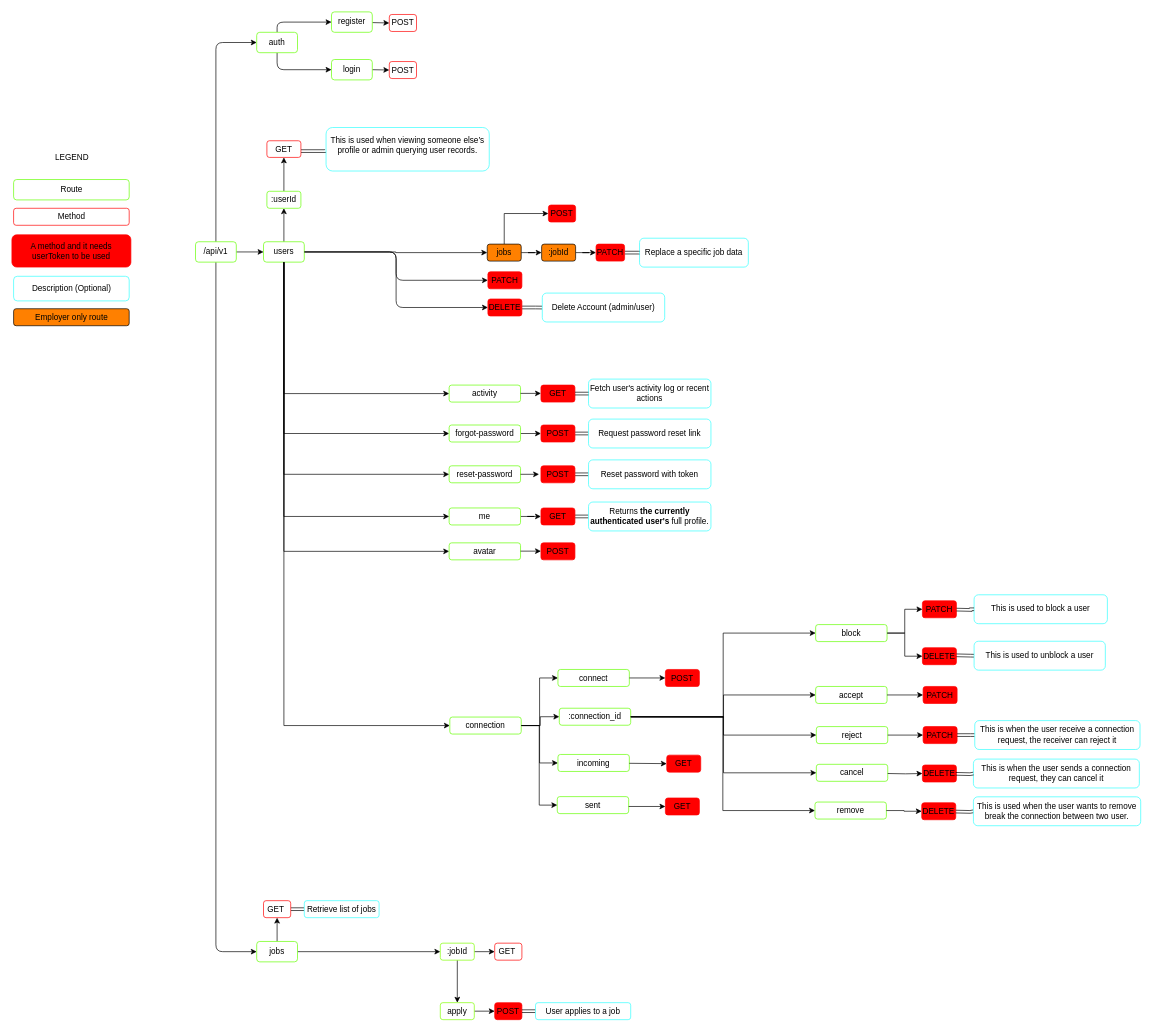
This is diagrams/rest_api.drawio from kenshiin1123/dev-match, a draw.io file, before an edit. Source tidied: cells renumbered, new cells numbered last; positions are measured from the earlier drawing's top-left corner, leaving out a move shared by most shapes. Both pictures are drawn from the tidied source at 68%, with x=0, y=0 at pixel (12, 12).
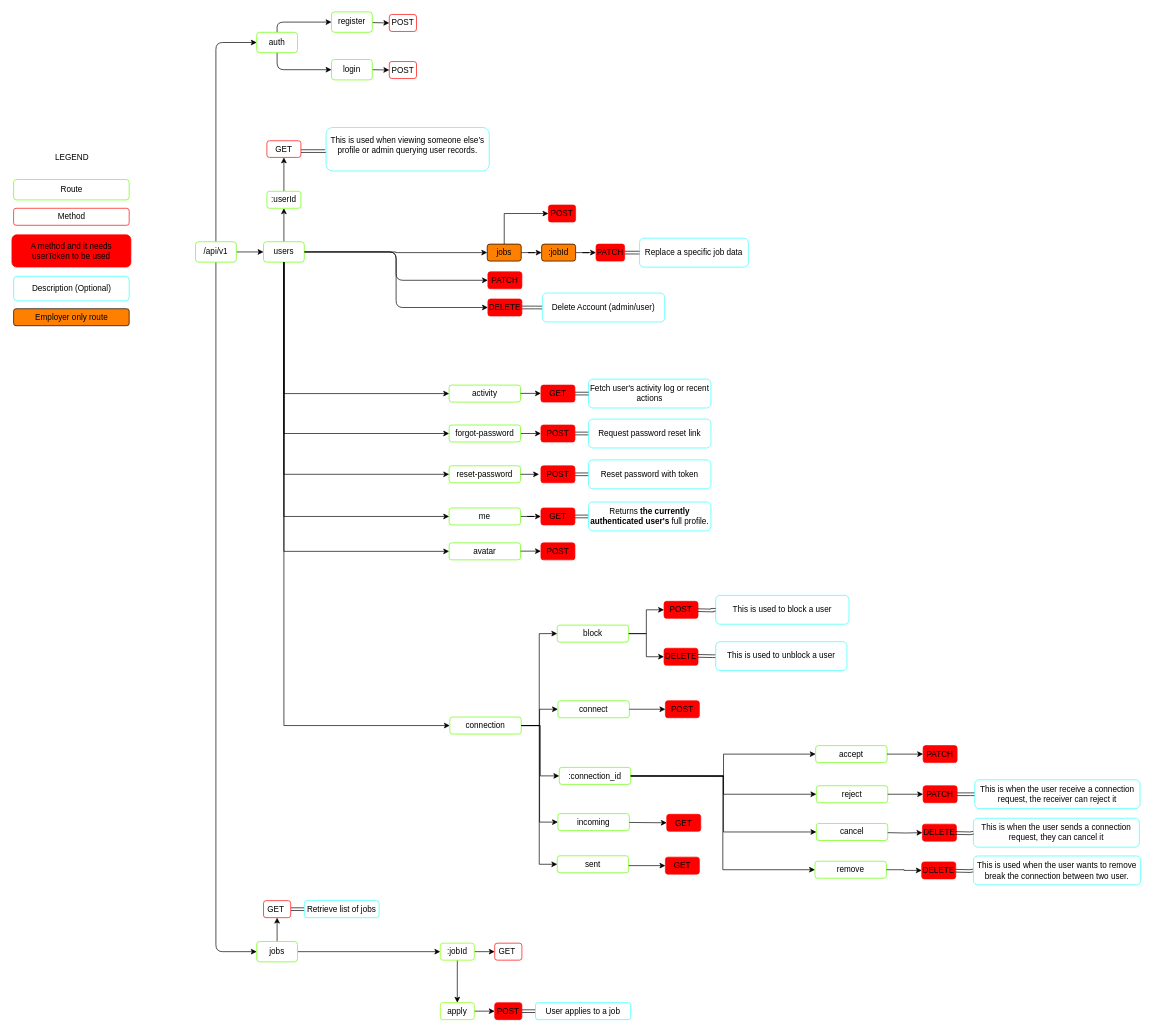
Above is the later version.

Commit message (it also covers changes not shown here):
For user connection modification: RestAPI Diagram, initialize routes & controllers, and create post route.

Unchanged cells that the change refers to:
```xml
<mxCell id="90" value="connection" style="whiteSpace=wrap;html=1;rounded=1;strokeColor=#65FF00;fontStyle=0;" parent="1" vertex="1">
  <mxGeometry x="644" y="1037" width="105" height="25" as="geometry" />
</mxCell>
```

Change to the diagram source:
```diff
@@
-    <mxCell id="91" style="edgeStyle=orthogonalEdgeStyle;rounded=0;jettySize=auto;html=1;entryX=0;entryY=0.5;entryDx=0;entryDy=0;exitX=1;exitY=0.5;exitDx=0;exitDy=0;" parent="1" edge="1" source="92" target="107">
+    <mxCell id="91" style="edgeStyle=orthogonalEdgeStyle;rounded=0;jettySize=auto;html=1;entryX=0;entryY=0.5;entryDx=0;entryDy=0;exitX=1;exitY=0.5;exitDx=0;exitDy=0;" parent="1" edge="1" source="90" target="107">
       <mxGeometry relative="1" as="geometry" />
     </mxCell>
     <mxCell id="92" value=":connection_id" style="whiteSpace=wrap;html=1;rounded=1;strokeColor=#65FF00;fontStyle=0;" parent="1" vertex="1">
-      <mxGeometry x="805" y="1024" width="105" height="25" as="geometry" />
+      <mxGeometry x="805" y="1111" width="105" height="25" as="geometry" />
     </mxCell>
     <mxCell id="93" value="incoming" style="whiteSpace=wrap;html=1;rounded=1;strokeColor=#65FF00;fontStyle=0;" parent="1" vertex="1">
-      <mxGeometry x="803" y="1092" width="105" height="25" as="geometry" />
+      <mxGeometry x="803" y="1179" width="105" height="25" as="geometry" />
     </mxCell>
@@
     <mxCell id="95" value="connect" style="whiteSpace=wrap;html=1;rounded=1;strokeColor=#65FF00;fontStyle=0;" parent="1" vertex="1">
-      <mxGeometry x="803" y="967" width="105" height="25" as="geometry" />
+      <mxGeometry x="803" y="1013" width="105" height="25" as="geometry" />
     </mxCell>
     <mxCell id="96" value="sent" style="whiteSpace=wrap;html=1;rounded=1;strokeColor=#65FF00;fontStyle=0;" parent="1" vertex="1">
-      <mxGeometry x="802" y="1154" width="105" height="25" as="geometry" />
+      <mxGeometry x="802" y="1241" width="105" height="25" as="geometry" />
     </mxCell>
@@
     <mxCell id="98" value="accept" style="whiteSpace=wrap;html=1;rounded=1;strokeColor=#65FF00;fontStyle=0;" parent="1" vertex="1">
-      <mxGeometry x="1182" y="992" width="105" height="25" as="geometry" />
+      <mxGeometry x="1182" y="1079" width="105" height="25" as="geometry" />
     </mxCell>
     <mxCell id="99" style="edgeStyle=orthogonalEdgeStyle;rounded=0;jettySize=auto;html=1;entryX=0;entryY=0.5;entryDx=0;entryDy=0;" parent="1" edge="1" target="98">
       <mxGeometry relative="1" as="geometry">
-        <mxPoint x="910" y="1037" as="sourcePoint" />
+        <mxPoint x="910" y="1124" as="sourcePoint" />
       </mxGeometry>
     </mxCell>
@@
     <mxCell id="101" value="reject" style="whiteSpace=wrap;html=1;rounded=1;strokeColor=#65FF00;fontStyle=0;" parent="1" vertex="1">
-      <mxGeometry x="1183" y="1051" width="105" height="25" as="geometry" />
+      <mxGeometry x="1183" y="1138" width="105" height="25" as="geometry" />
     </mxCell>
     <mxCell id="102" value="cancel" style="whiteSpace=wrap;html=1;rounded=1;strokeColor=#65FF00;fontStyle=0;" parent="1" vertex="1">
-      <mxGeometry x="1183" y="1106.5" width="105" height="25" as="geometry" />
+      <mxGeometry x="1183" y="1193.5" width="105" height="25" as="geometry" />
     </mxCell>
@@
     <mxCell id="104" value="remove" style="whiteSpace=wrap;html=1;rounded=1;strokeColor=#65FF00;fontStyle=0;" parent="1" vertex="1">
-      <mxGeometry x="1181" y="1162" width="105" height="25" as="geometry" />
+      <mxGeometry x="1181" y="1249" width="105" height="25" as="geometry" />
     </mxCell>
@@
     <mxCell id="107" value="block" style="whiteSpace=wrap;html=1;rounded=1;strokeColor=#65FF00;fontStyle=0;" parent="1" vertex="1">
-      <mxGeometry x="1182" y="901" width="105" height="25" as="geometry" />
+      <mxGeometry x="802" y="901.8" width="105" height="25" as="geometry" />
     </mxCell>
@@
     <mxCell id="109" value="POST" style="whiteSpace=wrap;html=1;rounded=1;strokeColor=#FF0000;fontStyle=0;fillColor=#FF0000;" parent="1" vertex="1">
-      <mxGeometry x="961" y="967" width="50" height="25" as="geometry" />
+      <mxGeometry x="961" y="1013" width="50" height="25" as="geometry" />
     </mxCell>
     <mxCell id="110" style="edgeStyle=orthogonalEdgeStyle;rounded=0;jettySize=auto;html=1;entryX=0;entryY=0.5;entryDx=0;entryDy=0;" parent="1" edge="1" target="111">
       <mxGeometry relative="1" as="geometry">
-        <mxPoint x="908" y="1105" as="sourcePoint" />
+        <mxPoint x="908" y="1192" as="sourcePoint" />
       </mxGeometry>
     </mxCell>
     <mxCell id="111" value="GET" style="whiteSpace=wrap;html=1;rounded=1;strokeColor=#FF0000;fontStyle=0;fillColor=#FF0000;" parent="1" vertex="1">
-      <mxGeometry x="963" y="1093" width="50" height="25" as="geometry" />
+      <mxGeometry x="963" y="1180" width="50" height="25" as="geometry" />
     </mxCell>
     <mxCell id="112" value="GET" style="whiteSpace=wrap;html=1;rounded=1;strokeColor=#FF0000;fontStyle=0;fillColor=#FF0000;" parent="1" vertex="1">
-      <mxGeometry x="961" y="1156" width="50" height="25" as="geometry" />
+      <mxGeometry x="961" y="1243" width="50" height="25" as="geometry" />
     </mxCell>
@@
-    <mxCell id="114" value="PATCH" style="whiteSpace=wrap;html=1;rounded=1;strokeColor=#FF0000;fontStyle=0;fillColor=#FF0000;" parent="1" vertex="1">
-      <mxGeometry x="1339" y="866" width="50" height="25" as="geometry" />
+    <mxCell id="114" value="POST" style="whiteSpace=wrap;html=1;rounded=1;strokeColor=#FF0000;fontStyle=0;fillColor=#FF0000;" parent="1" vertex="1">
+      <mxGeometry x="959" y="866.8" width="50" height="25" as="geometry" />
     </mxCell>
@@
     <mxCell id="116" value="PATCH" style="whiteSpace=wrap;html=1;rounded=1;strokeColor=#FF0000;fontStyle=0;fillColor=#FF0000;" parent="1" vertex="1">
-      <mxGeometry x="1340" y="992" width="50" height="25" as="geometry" />
+      <mxGeometry x="1340" y="1079" width="50" height="25" as="geometry" />
     </mxCell>
@@
     <mxCell id="118" value="PATCH" style="whiteSpace=wrap;html=1;rounded=1;strokeColor=#FF0000;fontStyle=0;fillColor=#FF0000;" parent="1" vertex="1">
-      <mxGeometry x="1340" y="1051" width="50" height="25" as="geometry" />
+      <mxGeometry x="1340" y="1138" width="50" height="25" as="geometry" />
     </mxCell>
@@
     <mxCell id="120" value="DELETE" style="whiteSpace=wrap;html=1;rounded=1;strokeColor=#FF0000;fontStyle=0;fillColor=#FF0000;" parent="1" vertex="1">
-      <mxGeometry x="1339" y="1107.5" width="50" height="25" as="geometry" />
+      <mxGeometry x="1339" y="1194.5" width="50" height="25" as="geometry" />
     </mxCell>
     <mxCell id="121" style="edgeStyle=orthogonalEdgeStyle;rounded=0;jettySize=auto;html=1;entryX=0;entryY=0.5;entryDx=0;entryDy=0;" parent="1" edge="1" target="120">
       <mxGeometry relative="1" as="geometry">
-        <mxPoint x="1288" y="1120" as="sourcePoint" />
+        <mxPoint x="1288" y="1207" as="sourcePoint" />
       </mxGeometry>
     </mxCell>
     <mxCell id="122" value="DELETE" style="whiteSpace=wrap;html=1;rounded=1;strokeColor=#FF0000;fontStyle=0;fillColor=#FF0000;" parent="1" vertex="1">
-      <mxGeometry x="1338" y="1163" width="50" height="25" as="geometry" />
+      <mxGeometry x="1338" y="1250" width="50" height="25" as="geometry" />
     </mxCell>
@@
     <mxCell id="125" value="&lt;p&gt;This is when the user receive a connection request, the receiver can reject it&lt;/p&gt;&lt;p&gt;&lt;/p&gt;" style="whiteSpace=wrap;html=1;rounded=1;strokeColor=#33FFFF;fontStyle=0;" parent="1" vertex="1">
-      <mxGeometry x="1416" y="1042.2" width="243" height="42.5" as="geometry" />
+      <mxGeometry x="1416" y="1129.2" width="243" height="42.5" as="geometry" />
     </mxCell>
     <mxCell id="126" value="&lt;p&gt;This is when the user sends a connection request, they can cancel it&lt;/p&gt;&lt;p&gt;&lt;/p&gt;" style="whiteSpace=wrap;html=1;rounded=1;strokeColor=#33FFFF;fontStyle=0;" parent="1" vertex="1">
-      <mxGeometry x="1414" y="1098.8" width="244" height="42.5" as="geometry" />
+      <mxGeometry x="1414" y="1185.8" width="244" height="42.5" as="geometry" />
     </mxCell>
     <mxCell id="127" style="edgeStyle=orthogonalEdgeStyle;rounded=0;jettySize=auto;html=1;shape=link;exitX=1;exitY=0.5;exitDx=0;exitDy=0;" parent="1" edge="1" target="126">
       <mxGeometry relative="1" as="geometry">
-        <mxPoint x="1388" y="1120.5" as="sourcePoint" />
+        <mxPoint x="1388" y="1207.5" as="sourcePoint" />
       </mxGeometry>
     </mxCell>
     <mxCell id="128" style="edgeStyle=orthogonalEdgeStyle;rounded=0;jettySize=auto;html=1;shape=link;exitX=1;exitY=0.5;exitDx=0;exitDy=0;" parent="1" edge="1" target="129">
       <mxGeometry relative="1" as="geometry">
-        <mxPoint x="1388" y="1176" as="sourcePoint" />
+        <mxPoint x="1388" y="1263" as="sourcePoint" />
       </mxGeometry>
     </mxCell>
     <mxCell id="129" value="&lt;p&gt;This is used when the user wants to remove break the connection between two user.&lt;/p&gt;&lt;p&gt;&lt;/p&gt;" style="whiteSpace=wrap;html=1;rounded=1;strokeColor=#33FFFF;fontStyle=0;" parent="1" vertex="1">
-      <mxGeometry x="1414" y="1154.3" width="246" height="42.5" as="geometry" />
+      <mxGeometry x="1414" y="1241.3" width="246" height="42.5" as="geometry" />
     </mxCell>
     <mxCell id="130" value="DELETE" style="whiteSpace=wrap;html=1;rounded=1;strokeColor=#FF0000;fontStyle=0;fillColor=#FF0000;" parent="1" vertex="1">
-      <mxGeometry x="1339" y="935" width="50" height="25" as="geometry" />
+      <mxGeometry x="959" y="935.8" width="50" height="25" as="geometry" />
     </mxCell>
     <mxCell id="131" value="&lt;p&gt;This is used to block a user&lt;/p&gt;&lt;p&gt;&lt;/p&gt;" style="whiteSpace=wrap;html=1;rounded=1;strokeColor=#33FFFF;fontStyle=0;" parent="1" vertex="1">
-      <mxGeometry x="1415" y="857.2" width="196" height="42.5" as="geometry" />
+      <mxGeometry x="1035" y="858" width="196" height="42.5" as="geometry" />
     </mxCell>
     <mxCell id="132" style="edgeStyle=orthogonalEdgeStyle;rounded=0;jettySize=auto;html=1;shape=link;exitX=1;exitY=0.5;exitDx=0;exitDy=0;" parent="1" edge="1" target="131">
       <mxGeometry relative="1" as="geometry">
-        <mxPoint x="1389" y="879" as="sourcePoint" />
+        <mxPoint x="1009" y="879.8" as="sourcePoint" />
       </mxGeometry>
     </mxCell>
     <mxCell id="133" style="edgeStyle=orthogonalEdgeStyle;rounded=0;jettySize=auto;html=1;shape=link;exitX=1;exitY=0.5;exitDx=0;exitDy=0;" parent="1" edge="1" target="134">
       <mxGeometry relative="1" as="geometry">
-        <mxPoint x="1389" y="946.2" as="sourcePoint" />
+        <mxPoint x="1009" y="947" as="sourcePoint" />
       </mxGeometry>
     </mxCell>
     <mxCell id="134" value="&lt;p&gt;This is used to unblock a user&lt;/p&gt;&lt;p&gt;&lt;/p&gt;" style="whiteSpace=wrap;html=1;rounded=1;strokeColor=#33FFFF;fontStyle=0;" parent="1" vertex="1">
-      <mxGeometry x="1415" y="925.5" width="193" height="42.5" as="geometry" />
+      <mxGeometry x="1035" y="926.2" width="193" height="42.5" as="geometry" />
     </mxCell>
```
